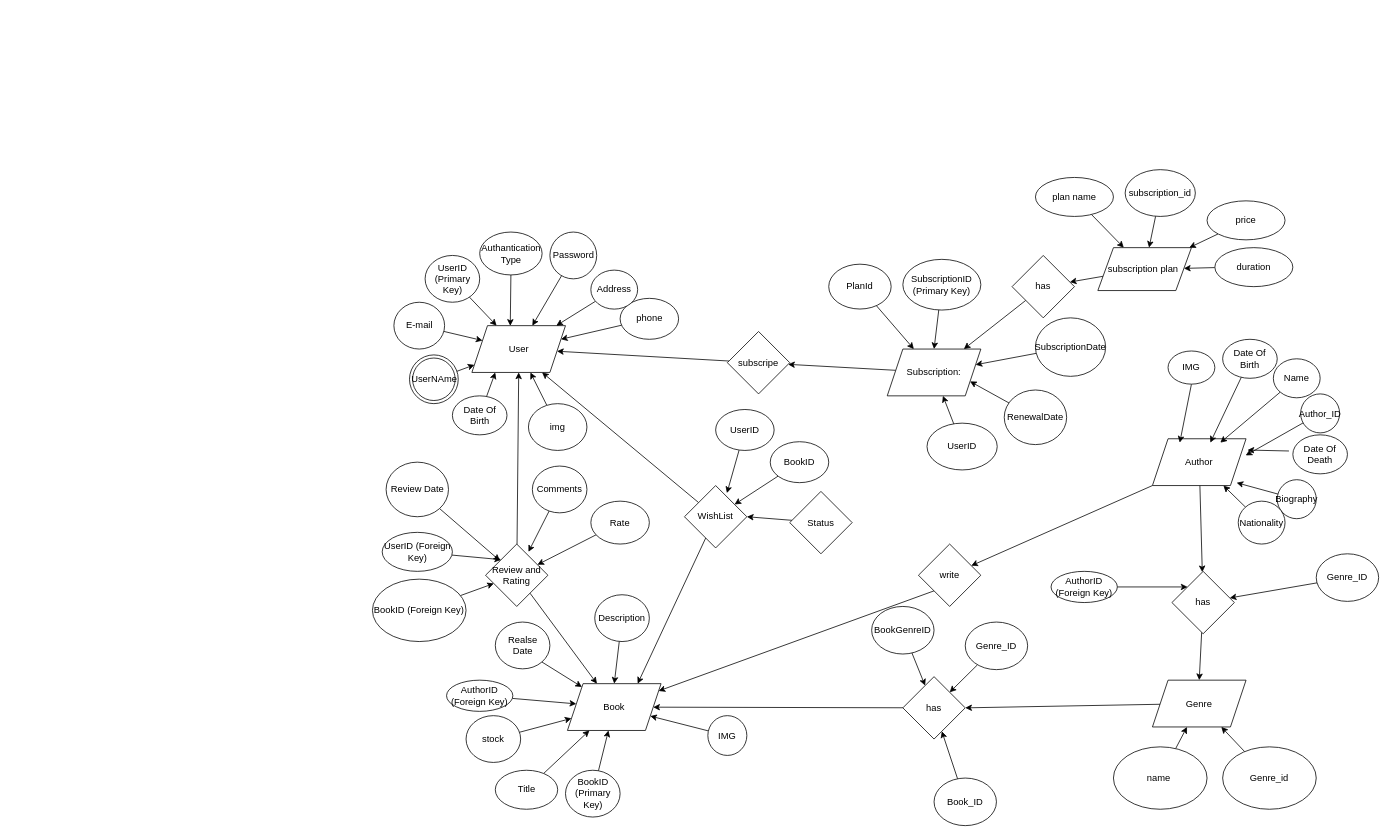
Before: Erd.drawio in PaulaMagdi0/MERN-Stack-Project-ITI, a draw.io diagram. Source tidied: cells renumbered, new cells numbered last; positions are measured from the earlier drawing's top-left corner, leaving out a move shared by most shapes. Both pictures are drawn from the tidied source at 78%, with x=0, y=0 at pixel (372, 169).
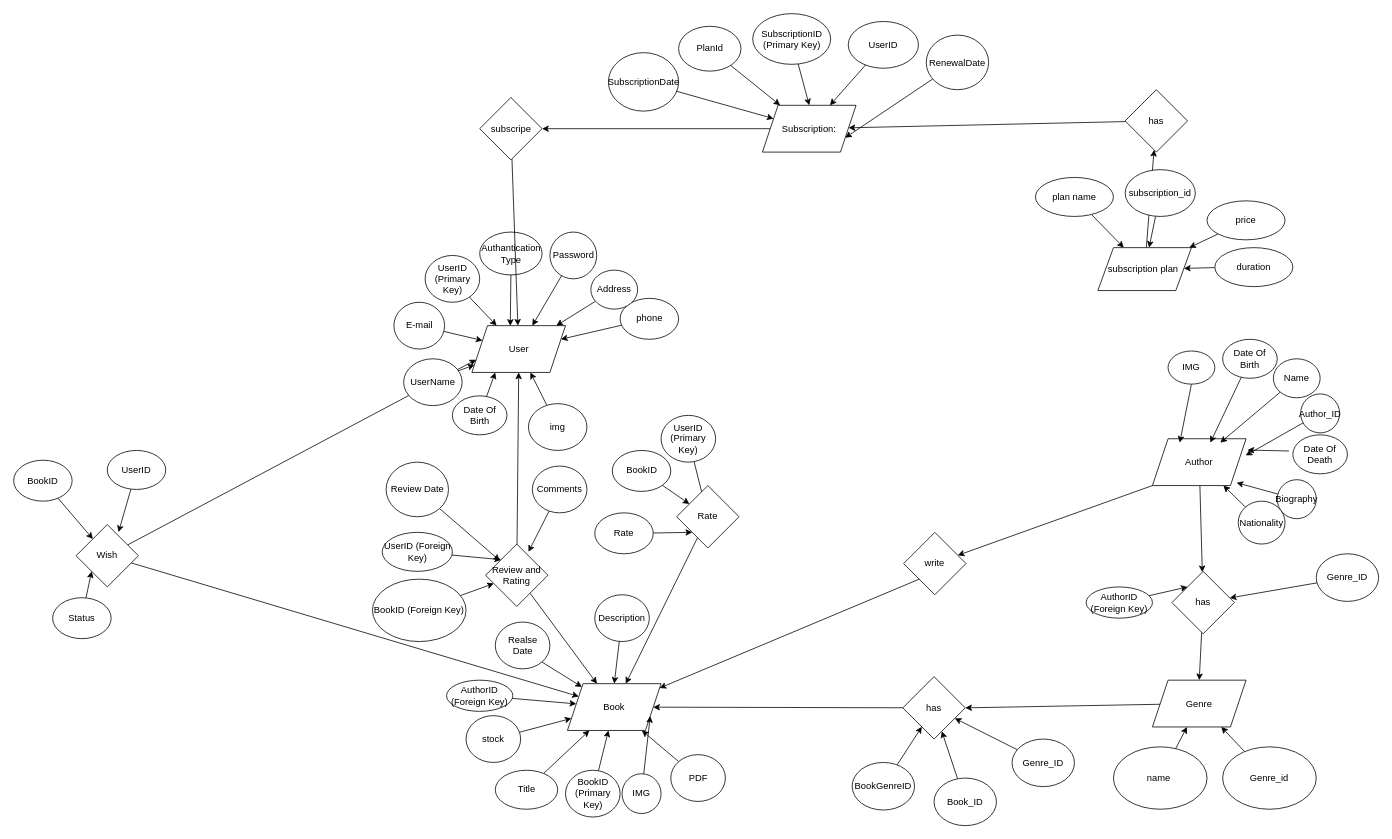
Above is the later version.

Unchanged cells that the change refers to:
```xml
<mxCell id="2" value="User" style="shape=parallelogram;perimeter=parallelogramPerimeter;whiteSpace=wrap;html=1;fixedSize=1;" parent="1" vertex="1">
  <mxGeometry x="127.5" y="200" width="120" height="60" as="geometry" />
</mxCell>
<mxCell id="6" value="Book" style="shape=parallelogram;perimeter=parallelogramPerimeter;whiteSpace=wrap;html=1;fixedSize=1;" parent="1" vertex="1">
  <mxGeometry x="250" y="659" width="120" height="60" as="geometry" />
</mxCell>
<mxCell id="41" value="Review and Rating" style="rhombus;whiteSpace=wrap;html=1;" parent="1" vertex="1">
  <mxGeometry x="145" y="480" width="80" height="80" as="geometry" />
</mxCell>
```

What changed in the source:
```diff
@@
     <mxCell id="52" value="IMG" style="ellipse;whiteSpace=wrap;html=1;" parent="1" vertex="1">
-      <mxGeometry x="430" y="700" width="50" height="51" as="geometry" />
+      <mxGeometry x="320" y="774.5" width="50" height="51" as="geometry" />
     </mxCell>
@@
-    <mxCell id="57" style="edgeStyle=none;html=1;" parent="1" edge="1" source="58" target="2">
-      <mxGeometry relative="1" as="geometry" />
+    <mxCell id="57" style="edgeStyle=none;html=1;" parent="1" edge="1" target="2">
+      <mxGeometry relative="1" as="geometry">
+        <mxPoint x="108.3" y="258.5" as="sourcePoint" />
+      </mxGeometry>
     </mxCell>
-    <mxCell id="58" value="UserNAme" style="ellipse;shape=doubleEllipse;whiteSpace=wrap;html=1;" parent="1" vertex="1">
-      <mxGeometry x="47.5" y="237.5" width="62.5" height="62.5" as="geometry" />
-    </mxCell>
@@
     <mxCell id="70" value="subscripe" style="rhombus;whiteSpace=wrap;html=1;strokeColor=default;fontFamily=Helvetica;fontSize=12;fontColor=default;fillColor=default;" parent="1" vertex="1">
-      <mxGeometry x="455" y="207.5" width="80" height="80" as="geometry" />
+      <mxGeometry x="137.5" y="-92.5" width="80" height="80" as="geometry" />
     </mxCell>
@@
     <mxCell id="72" value="Subscription:" style="shape=parallelogram;perimeter=parallelogramPerimeter;whiteSpace=wrap;html=1;fixedSize=1;strokeColor=default;fontFamily=Helvetica;fontSize=12;fontColor=default;fillColor=default;" parent="1" vertex="1">
-      <mxGeometry x="660" y="230" width="120" height="60" as="geometry" />
+      <mxGeometry x="500" y="-82.5" width="120" height="60" as="geometry" />
     </mxCell>
@@
     <mxCell id="74" value="SubscriptionID (Primary Key)" style="ellipse;whiteSpace=wrap;html=1;strokeColor=default;fontFamily=Helvetica;fontSize=12;fontColor=default;fillColor=default;" parent="1" vertex="1">
-      <mxGeometry x="680" y="115" width="100" height="65" as="geometry" />
+      <mxGeometry x="487.5" y="-200" width="100" height="65" as="geometry" />
     </mxCell>
@@
     <mxCell id="76" value="SubscriptionDate" style="ellipse;whiteSpace=wrap;html=1;strokeColor=default;fontFamily=Helvetica;fontSize=12;fontColor=default;fillColor=default;" parent="1" vertex="1">
-      <mxGeometry x="850" y="190" width="90" height="75" as="geometry" />
+      <mxGeometry x="302.5" y="-150" width="90" height="75" as="geometry" />
     </mxCell>
@@
     <mxCell id="78" value="RenewalDate" style="ellipse;whiteSpace=wrap;html=1;strokeColor=default;fontFamily=Helvetica;fontSize=12;fontColor=default;fillColor=default;" parent="1" vertex="1">
-      <mxGeometry x="810" y="282.5" width="80" height="70" as="geometry" />
+      <mxGeometry x="710" y="-172.5" width="80" height="70" as="geometry" />
     </mxCell>
@@
     <mxCell id="80" value="UserID" style="ellipse;whiteSpace=wrap;html=1;strokeColor=default;fontFamily=Helvetica;fontSize=12;fontColor=default;fillColor=default;" parent="1" vertex="1">
-      <mxGeometry x="711" y="325" width="90" height="60" as="geometry" />
+      <mxGeometry x="610" y="-190" width="90" height="60" as="geometry" />
     </mxCell>
@@
-    <mxCell id="83" style="edgeStyle=none;html=1;" parent="1" edge="1" source="84" target="41">
-      <mxGeometry relative="1" as="geometry" />
-    </mxCell>
-    <mxCell id="84" value="Rate" style="ellipse;whiteSpace=wrap;html=1;" parent="1" vertex="1">
-      <mxGeometry x="280" y="425" width="75" height="55" as="geometry" />
-    </mxCell>
@@
     <mxCell id="86" value="write" style="rhombus;whiteSpace=wrap;html=1;" parent="1" vertex="1">
-      <mxGeometry x="700" y="480" width="80" height="80" as="geometry" />
+      <mxGeometry x="681" y="465" width="80" height="80" as="geometry" />
     </mxCell>
@@
     <mxCell id="98" value="has" style="rhombus;whiteSpace=wrap;html=1;" parent="1" vertex="1">
-      <mxGeometry x="820" y="110" width="80" height="80" as="geometry" />
+      <mxGeometry x="965" y="-102.5" width="80" height="80" as="geometry" />
     </mxCell>
@@
     <mxCell id="100" value="PlanId" style="ellipse;whiteSpace=wrap;html=1;" parent="1" vertex="1">
-      <mxGeometry x="585" y="121.2" width="80" height="57.5" as="geometry" />
+      <mxGeometry x="392.5" y="-183.8" width="80" height="57.5" as="geometry" />
     </mxCell>
-    <mxCell id="101" style="edgeStyle=none;html=1;entryX=0.75;entryY=1;entryDx=0;entryDy=0;" parent="1" edge="1" source="103" target="2">
+    <mxCell id="101" style="edgeStyle=none;html=1;entryX=0;entryY=0.75;entryDx=0;entryDy=0;" parent="1" edge="1" source="103" target="2">
       <mxGeometry relative="1" as="geometry" />
     </mxCell>
-    <mxCell id="102" style="edgeStyle=none;html=1;entryX=0.75;entryY=0;entryDx=0;entryDy=0;" parent="1" edge="1" source="103" target="6">
+    <mxCell id="102" style="edgeStyle=none;html=1;" parent="1" edge="1" source="103" target="6">
       <mxGeometry relative="1" as="geometry" />
     </mxCell>
-    <mxCell id="103" value="WishList" style="rhombus;whiteSpace=wrap;html=1;" parent="1" vertex="1">
-      <mxGeometry x="400" y="405" width="80" height="80" as="geometry" />
+    <mxCell id="103" value="Wish" style="rhombus;whiteSpace=wrap;html=1;" parent="1" vertex="1">
+      <mxGeometry x="-380" y="455" width="80" height="80" as="geometry" />
     </mxCell>
@@
     <mxCell id="105" value="BookID" style="ellipse;whiteSpace=wrap;html=1;" parent="1" vertex="1">
-      <mxGeometry x="510" y="348.8" width="75" height="52.5" as="geometry" />
+      <mxGeometry x="-460" y="372.5" width="75" height="52.5" as="geometry" />
     </mxCell>
@@
     <mxCell id="107" value="UserID" style="ellipse;whiteSpace=wrap;html=1;" parent="1" vertex="1">
-      <mxGeometry x="440" y="307.5" width="75" height="52.5" as="geometry" />
+      <mxGeometry x="-340" y="360" width="75" height="50" as="geometry" />
     </mxCell>
-    <mxCell id="108" style="edgeStyle=none;html=1;entryX=1;entryY=0.5;entryDx=0;entryDy=0;" parent="1" edge="1" source="109" target="103">
-      <mxGeometry relative="1" as="geometry" />
-    </mxCell>
-    <mxCell id="109" value="Status" style="rhombus;whiteSpace=wrap;html=1;" parent="1" vertex="1">
-      <mxGeometry x="535" y="412.5" width="80" height="80" as="geometry" />
-    </mxCell>
@@
     <mxCell id="111" value="Genre_ID" style="ellipse;whiteSpace=wrap;html=1;strokeColor=default;fontFamily=Helvetica;fontSize=12;fontColor=default;fillColor=default;" parent="1" vertex="1">
-      <mxGeometry x="760" y="580" width="80" height="61" as="geometry" />
+      <mxGeometry x="820" y="730" width="80" height="61" as="geometry" />
     </mxCell>
@@
     <mxCell id="117" value="AuthorID (Foreign Key)" style="ellipse;whiteSpace=wrap;html=1;" parent="1" vertex="1">
-      <mxGeometry x="870" y="515" width="85" height="40" as="geometry" />
+      <mxGeometry x="915" y="535" width="85" height="40" as="geometry" />
     </mxCell>
@@
     <mxCell id="122" value="BookGenreID" style="ellipse;whiteSpace=wrap;html=1;strokeColor=default;fontFamily=Helvetica;fontSize=12;fontColor=default;fillColor=default;" parent="1" vertex="1">
-      <mxGeometry x="640" y="560" width="80" height="61" as="geometry" />
+      <mxGeometry x="615" y="760" width="80" height="61" as="geometry" />
     </mxCell>
+    <mxCell id="123" value="UserName" style="ellipse;whiteSpace=wrap;html=1;" parent="1" vertex="1">
+      <mxGeometry x="40" y="242.5" width="75" height="60" as="geometry" />
+    </mxCell>
+    <mxCell id="124" style="edgeStyle=none;html=1;" parent="1" edge="1" source="125" target="6">
+      <mxGeometry relative="1" as="geometry" />
+    </mxCell>
+    <mxCell id="125" value="Rate" style="rhombus;whiteSpace=wrap;html=1;" parent="1" vertex="1">
+      <mxGeometry x="390" y="405" width="80" height="80" as="geometry" />
+    </mxCell>
+    <mxCell id="126" style="edgeStyle=none;html=1;" parent="1" edge="1" source="127" target="125">
+      <mxGeometry relative="1" as="geometry" />
+    </mxCell>
+    <mxCell id="127" value="BookID" style="ellipse;whiteSpace=wrap;html=1;" parent="1" vertex="1">
+      <mxGeometry x="307.5" y="360" width="75" height="52.5" as="geometry" />
+    </mxCell>
+    <mxCell id="128" style="edgeStyle=none;html=1;endArrow=none;" parent="1" edge="1" source="125" target="129">
+      <mxGeometry relative="1" as="geometry" />
+    </mxCell>
+    <mxCell id="129" value="UserID (Primary Key)" style="ellipse;whiteSpace=wrap;html=1;" parent="1" vertex="1">
+      <mxGeometry x="370" y="315" width="70" height="60" as="geometry" />
+    </mxCell>
+    <mxCell id="130" style="edgeStyle=none;html=1;entryX=0;entryY=1;entryDx=0;entryDy=0;" parent="1" edge="1" source="84" target="125">
+      <mxGeometry relative="1" as="geometry" />
+    </mxCell>
+    <mxCell id="84" value="Rate" style="ellipse;whiteSpace=wrap;html=1;" parent="1" vertex="1">
+      <mxGeometry x="285" y="440" width="75" height="52.5" as="geometry" />
+    </mxCell>
+    <mxCell id="108" style="edgeStyle=none;html=1;entryX=0;entryY=1;entryDx=0;entryDy=0;" parent="1" edge="1" source="109" target="103">
+      <mxGeometry relative="1" as="geometry" />
+    </mxCell>
+    <mxCell id="109" value="Status" style="ellipse;whiteSpace=wrap;html=1;" parent="1" vertex="1">
+      <mxGeometry x="-410" y="548.8" width="75" height="52.5" as="geometry" />
+    </mxCell>
+    <mxCell id="131" style="edgeStyle=none;html=1;" parent="1" edge="1" source="132" target="6">
+      <mxGeometry relative="1" as="geometry" />
+    </mxCell>
+    <mxCell id="132" value="PDF" style="ellipse;whiteSpace=wrap;html=1;" parent="1" vertex="1">
+      <mxGeometry x="382.5" y="750" width="70" height="60" as="geometry" />
+    </mxCell>
```
